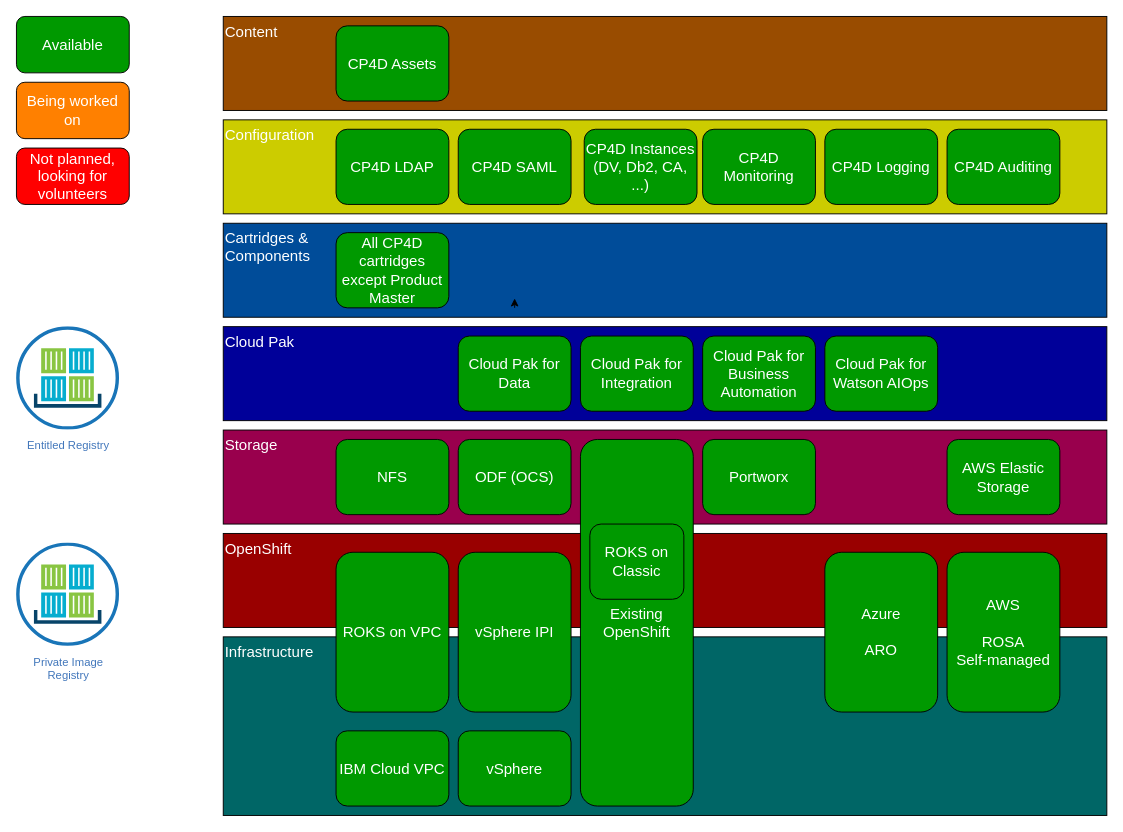
Before: docs/src/01-introduction/images/cp-deploy-current-state.drawio in CloudPakDeployerDev/cloud-pak-deployer-dev, a draw.io diagram. Source tidied: cells renumbered, new cells numbered last; positions are measured from the earlier drawing's top-left corner, leaving out a move shared by most shapes. Both pictures are drawn from the tidied source at 94%, with x=0, y=0 at pixel (16, 16).
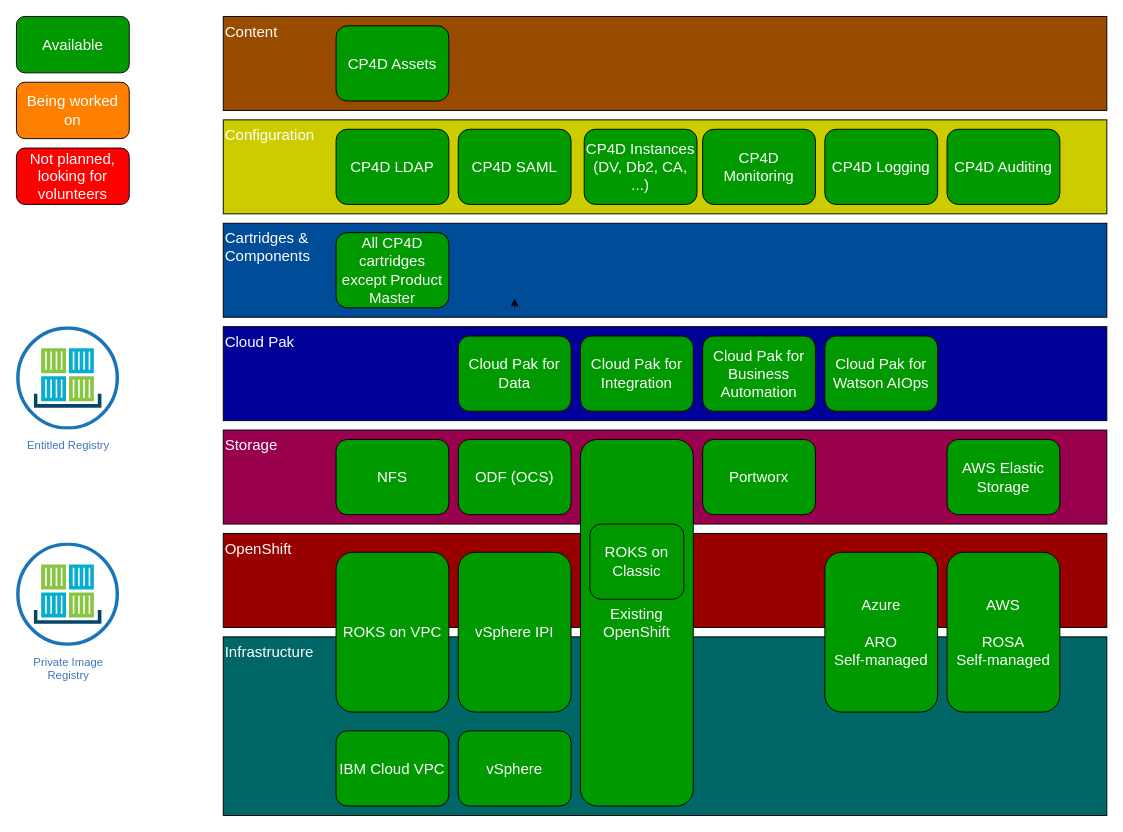
Above is the later version.

Change to the diagram source:
```diff
@@
-    <mxCell id="21" value="Azure&lt;br&gt;&lt;br&gt;ARO" style="rounded=1;whiteSpace=wrap;html=1;fontSize=16;fontColor=#FFFFFF;fillColor=#009900;align=center;verticalAlign=middle;" parent="19" vertex="1">
+    <mxCell id="21" value="Azure&lt;br&gt;&lt;br&gt;ARO&lt;br&gt;Self-managed" style="rounded=1;whiteSpace=wrap;html=1;fontSize=16;fontColor=#FFFFFF;fillColor=#009900;align=center;verticalAlign=middle;" parent="19" vertex="1">
       <mxGeometry x="860" y="570" width="120" height="170" as="geometry" />
     </mxCell>
```
